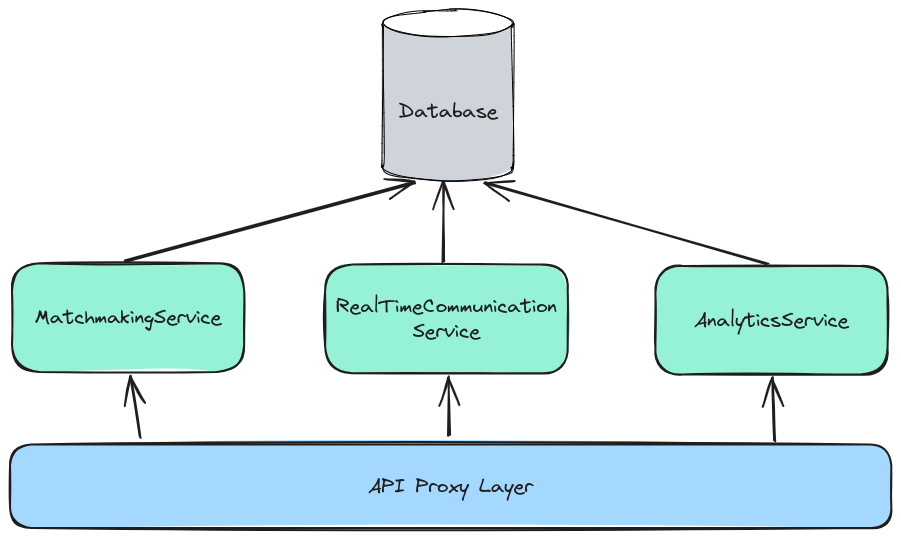
Above: images/iteration-1/service-based-architecture.excalidraw.png in simonhammes/506-software-architecture (Excalidraw), before the change. Source tidied: one line per element, renumbered; positions are measured from the earlier drawing's top-left corner, leaving out a move shared by most shapes. The source it was exported from:
```json
{"id": 0, "type": "line", "strokeColor": "#000000", "backgroundColor": "#ced4da", "fillStyle": "solid", "strokeWidth": 1, "roughness": 1, "round": true, "x": 372, "y": 15, "width": 131, "height": 169, "points": [[0, 0], [0, 128], [0, 142], [7, 148], [30, 154], [70, 155], [107, 153], [128, 146], [130, 141], [131, 129], [130, 11], [130, -1], [121, -7], [104, -10], [63, -13], [31, -12], [6, -5], [0, 0], [0, 0]]}
{"id": 1, "type": "ellipse", "strokeColor": "#000000", "backgroundColor": "#fff", "fillStyle": "solid", "strokeWidth": 1, "roughness": 1, "x": 373, "y": 0, "width": 130, "height": 26}
{"id": 2, "type": "rectangle", "strokeColor": "#1e1e1e", "backgroundColor": "#96f2d7", "fillStyle": "solid", "strokeWidth": 2, "roughness": 1, "round": true, "x": 2, "y": 253, "width": 232, "height": 109}
{"id": 3, "type": "text", "text": "MatchmakingService", "strokeColor": "#1e1e1e", "strokeWidth": 2, "roughness": 1, "fontSize": 20, "fontFamily": 1, "textAlign": "center", "verticalAlign": "middle", "inside": 2, "x": 25, "y": 295, "width": 187, "height": 25}
{"id": 4, "type": "rectangle", "strokeColor": "#1e1e1e", "backgroundColor": "#96f2d7", "fillStyle": "solid", "strokeWidth": 2, "roughness": 1, "round": true, "x": 315, "y": 255, "width": 243, "height": 109}
{"id": 5, "type": "text", "text": "RealTimeCommunication\nService", "strokeColor": "#1e1e1e", "strokeWidth": 2, "roughness": 1, "fontSize": 20, "fontFamily": 1, "textAlign": "center", "verticalAlign": "middle", "inside": 4, "x": 326, "y": 284, "width": 221, "height": 50}
{"id": 6, "type": "rectangle", "strokeColor": "#1e1e1e", "backgroundColor": "#96f2d7", "fillStyle": "solid", "strokeWidth": 2, "roughness": 1, "round": true, "x": 645, "y": 256, "width": 232, "height": 109}
{"id": 7, "type": "text", "text": "AnalyticsService", "strokeColor": "#1e1e1e", "strokeWidth": 2, "roughness": 1, "fontSize": 20, "fontFamily": 1, "textAlign": "center", "verticalAlign": "middle", "inside": 6, "x": 684, "y": 298, "width": 155, "height": 25}
{"id": 8, "type": "rectangle", "strokeColor": "#1e1e1e", "backgroundColor": "#a5d8ff", "fillStyle": "solid", "strokeWidth": 2, "roughness": 1, "round": true, "x": 0, "y": 434, "width": 881, "height": 84}
{"id": 9, "type": "text", "text": "API Proxy Layer", "strokeColor": "#1e1e1e", "strokeWidth": 2, "roughness": 1, "fontSize": 20, "fontFamily": 1, "textAlign": "center", "verticalAlign": "middle", "inside": 8, "x": 358, "y": 464, "width": 165, "height": 25}
{"id": 10, "type": "arrow", "strokeColor": "#1e1e1e", "strokeWidth": 2, "roughness": 1, "endArrowhead": "arrow", "round": true, "from": 8, "to": 2, "x": 130, "y": 428, "width": 10, "height": 62, "points": [[0, 0], [-10, -62]]}
{"id": 11, "type": "arrow", "strokeColor": "#1e1e1e", "strokeWidth": 2, "roughness": 1, "endArrowhead": "arrow", "round": true, "from": 8, "to": 4, "x": 439, "y": 425, "width": 1, "height": 58, "points": [[0, 0], [-1, -58]]}
{"id": 12, "type": "arrow", "strokeColor": "#1e1e1e", "strokeWidth": 2, "roughness": 1, "endArrowhead": "arrow", "round": true, "from": 8, "to": 6, "x": 765, "y": 432, "width": 2, "height": 63, "points": [[0, 0], [-2, -63]]}
{"id": 13, "type": "arrow", "strokeColor": "#1e1e1e", "strokeWidth": 2, "roughness": 1, "endArrowhead": "arrow", "round": true, "from": 2, "x": 115, "y": 252, "width": 290, "height": 80, "points": [[0, 0], [290, -80]]}
{"id": 14, "type": "text", "text": "Database", "strokeColor": "#1e1e1e", "strokeWidth": 2, "roughness": 1, "fontSize": 20, "fontFamily": 1, "x": 389, "y": 89, "width": 99, "height": 25}
{"id": 15, "type": "arrow", "strokeColor": "#1e1e1e", "strokeWidth": 2, "roughness": 1, "endArrowhead": "arrow", "round": true, "from": 4, "x": 433, "y": 253, "width": 0, "height": 80, "points": [[0, 0], [0, -80]]}
{"id": 16, "type": "arrow", "strokeColor": "#1e1e1e", "strokeWidth": 2, "roughness": 1, "endArrowhead": "arrow", "round": true, "from": 6, "x": 758, "y": 253, "width": 283, "height": 80, "points": [[0, 0], [-283, -80]]}
```
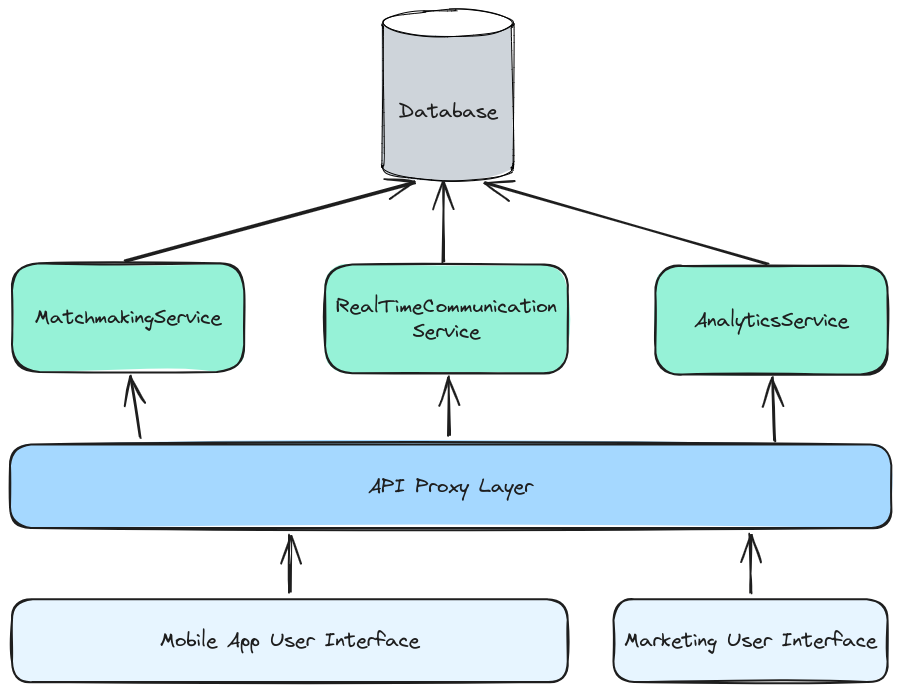
Later version of the same file.

Commit message:
Add UI layer to diagram

Change to the diagram source:
```diff
@@ -15,3 +15,9 @@
 {"id": 14, "type": "text", "text": "Database", "strokeColor": "#1e1e1e", "strokeWidth": 2, "roughness": 1, "fontSize": 20, "fontFamily": 1, "x": 389, "y": 89, "width": 99, "height": 25}
 {"id": 15, "type": "arrow", "strokeColor": "#1e1e1e", "strokeWidth": 2, "roughness": 1, "endArrowhead": "arrow", "round": true, "from": 4, "x": 433, "y": 253, "width": 0, "height": 80, "points": [[0, 0], [0, -80]]}
 {"id": 16, "type": "arrow", "strokeColor": "#1e1e1e", "strokeWidth": 2, "roughness": 1, "endArrowhead": "arrow", "round": true, "from": 6, "x": 758, "y": 253, "width": 283, "height": 80, "points": [[0, 0], [-283, -80]]}
+{"id": 17, "type": "rectangle", "strokeColor": "#1e1e1e", "backgroundColor": "#e7f5ff", "fillStyle": "solid", "strokeWidth": 2, "roughness": 1, "round": true, "x": 2, "y": 589, "width": 556, "height": 83}
+{"id": 18, "type": "text", "text": "Mobile App User Interface", "strokeColor": "#1e1e1e", "strokeWidth": 2, "roughness": 1, "fontSize": 20, "fontFamily": 1, "textAlign": "center", "verticalAlign": "middle", "inside": 17, "x": 150, "y": 618, "width": 260, "height": 25}
+{"id": 19, "type": "rectangle", "strokeColor": "#1e1e1e", "backgroundColor": "#e7f5ff", "fillStyle": "solid", "strokeWidth": 2, "roughness": 1, "round": true, "x": 603, "y": 589, "width": 274, "height": 83}
+{"id": 20, "type": "text", "text": "Marketing User Interface", "strokeColor": "#1e1e1e", "backgroundColor": "#e7f5ff", "fillStyle": "solid", "strokeWidth": 2, "roughness": 1, "fontSize": 20, "fontFamily": 1, "textAlign": "center", "verticalAlign": "middle", "inside": 19, "x": 614, "y": 618, "width": 253, "height": 25}
+{"id": 21, "type": "arrow", "strokeColor": "#1e1e1e", "backgroundColor": "#e7f5ff", "fillStyle": "solid", "strokeWidth": 2, "roughness": 1, "endArrowhead": "arrow", "round": true, "x": 280, "y": 583, "width": 0, "height": 58, "points": [[0, 0], [0, -58]]}
+{"id": 22, "type": "arrow", "strokeColor": "#1e1e1e", "backgroundColor": "#e7f5ff", "fillStyle": "solid", "strokeWidth": 2, "roughness": 1, "endArrowhead": "arrow", "round": true, "x": 741, "y": 583, "width": 0, "height": 58, "points": [[0, 0], [0, -58]]}
```
